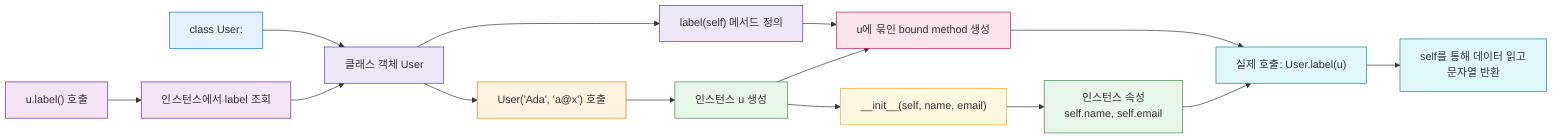
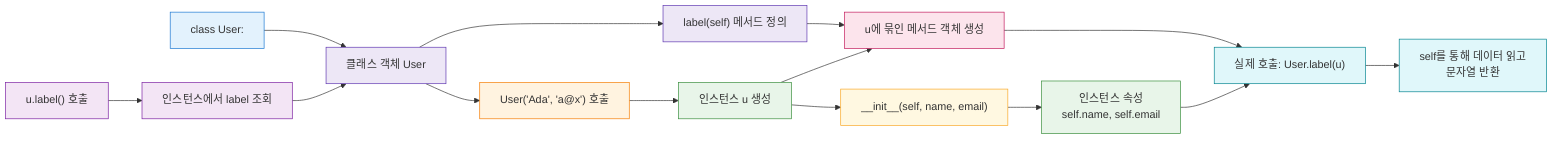
flowchart LR
    클래스문["class User:"] --> 클래스객체["클래스 객체 User"]
    클래스객체 --> 메서드정의["label(self) 메서드 정의"]
    클래스객체 --> 생성호출["User('Ada', 'a@x') 호출"]
    생성호출 --> 인스턴스["인스턴스 u 생성"]
    인스턴스 --> 초기화["__init__(self, name, email)"]
    초기화 --> 속성["인스턴스 속성<br/>self.name, self.email"]

    인스턴스호출["u.label() 호출"] --> 조회["인스턴스에서 label 조회"]
    조회 --> 클래스객체
-     메서드정의 --> 바운드메서드["u에 묶인 bound method 생성"]
+     메서드정의 --> 바운드메서드["u에 묶인 메서드 객체 생성"]
    인스턴스 --> 바운드메서드
    바운드메서드 --> 디스패치["실제 호출: User.label(u)"]
    속성 --> 디스패치
    디스패치 --> 결과["self를 통해 데이터 읽고<br/>문자열 반환"]

    style 클래스문 fill:#e3f2fd,stroke:#1976d2
    style 클래스객체 fill:#ede7f6,stroke:#5e35b1
    style 메서드정의 fill:#ede7f6,stroke:#5e35b1
    style 생성호출 fill:#fff3e0,stroke:#f57c00
    style 인스턴스 fill:#e8f5e9,stroke:#388e3c
    style 초기화 fill:#fff8e1,stroke:#f9a825
    style 속성 fill:#e8f5e9,stroke:#388e3c
    style 인스턴스호출 fill:#f3e5f5,stroke:#7b1fa2
    style 조회 fill:#f3e5f5,stroke:#7b1fa2
    style 바운드메서드 fill:#fce4ec,stroke:#c2185b
    style 디스패치 fill:#e0f7fa,stroke:#00838f
    style 결과 fill:#e0f7fa,stroke:#00838f
